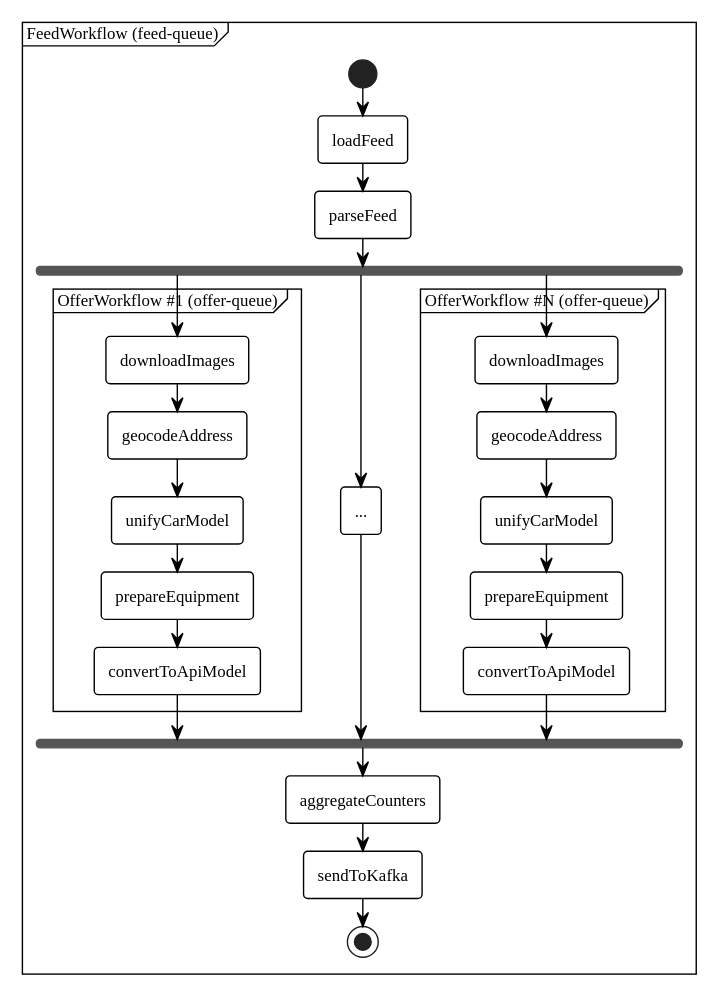
Azat2202/itmo-labs keeps this PlantUML diagram as 4 year/ВКР/Диплом/res/img/feedprocessor-temporal-hierarchy.svg. Above is the earlier version.
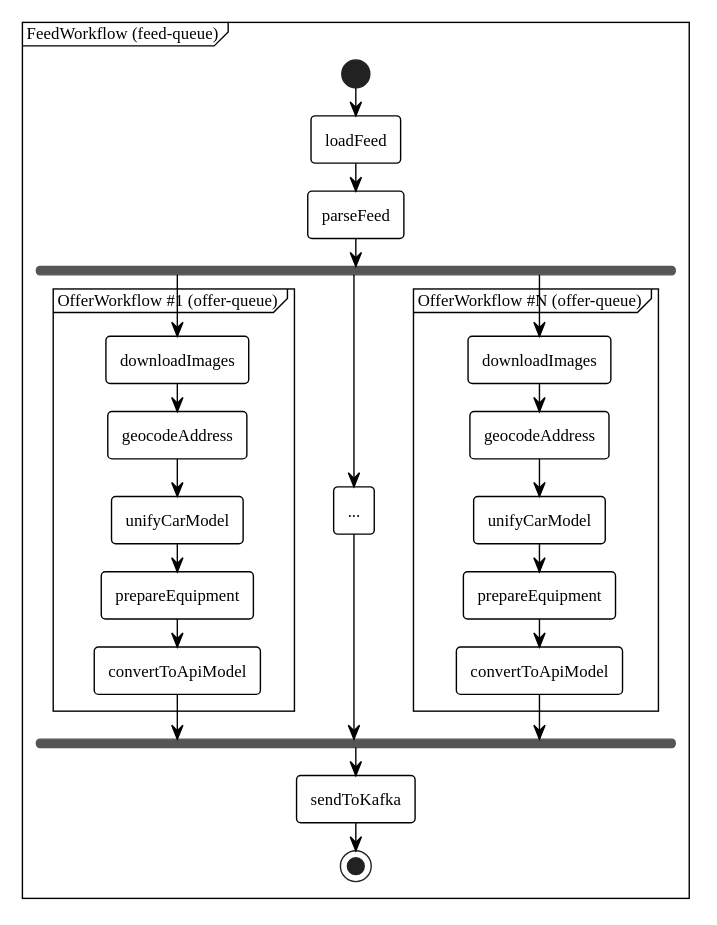
After the commit.

What changed in the source:
```diff
@@ -59,7 +59,6 @@
       :convertToApiModel;
     }
   end fork
-  :aggregateCounters;
   :sendToKafka;
   stop
 }
```
